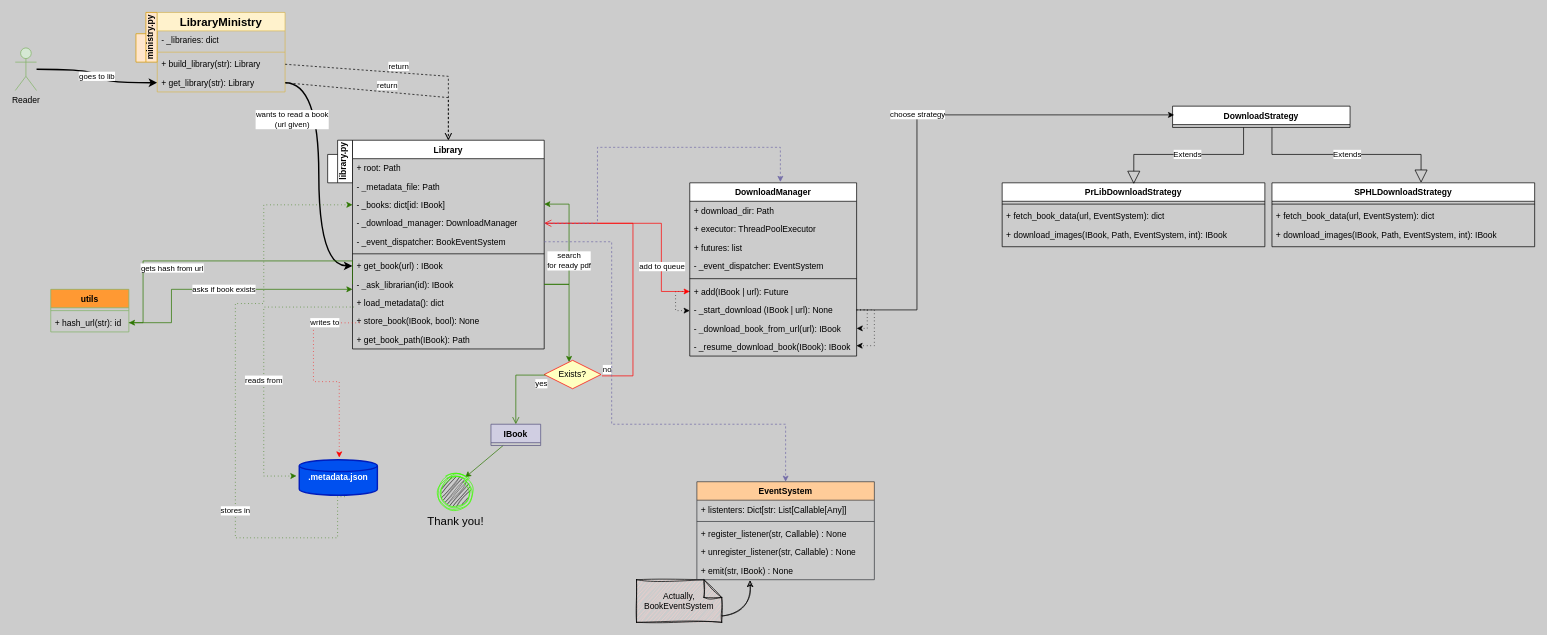
This is booksnap/core/Library.drawio from michaellevin/book-snap, a draw.io file, before an edit. Source tidied: cells renumbered, new cells numbered last; positions are measured from the earlier drawing's top-left corner, leaving out a move shared by most shapes. Both pictures are drawn from the tidied source at 71%, with x=0, y=0 at pixel (15, 12).
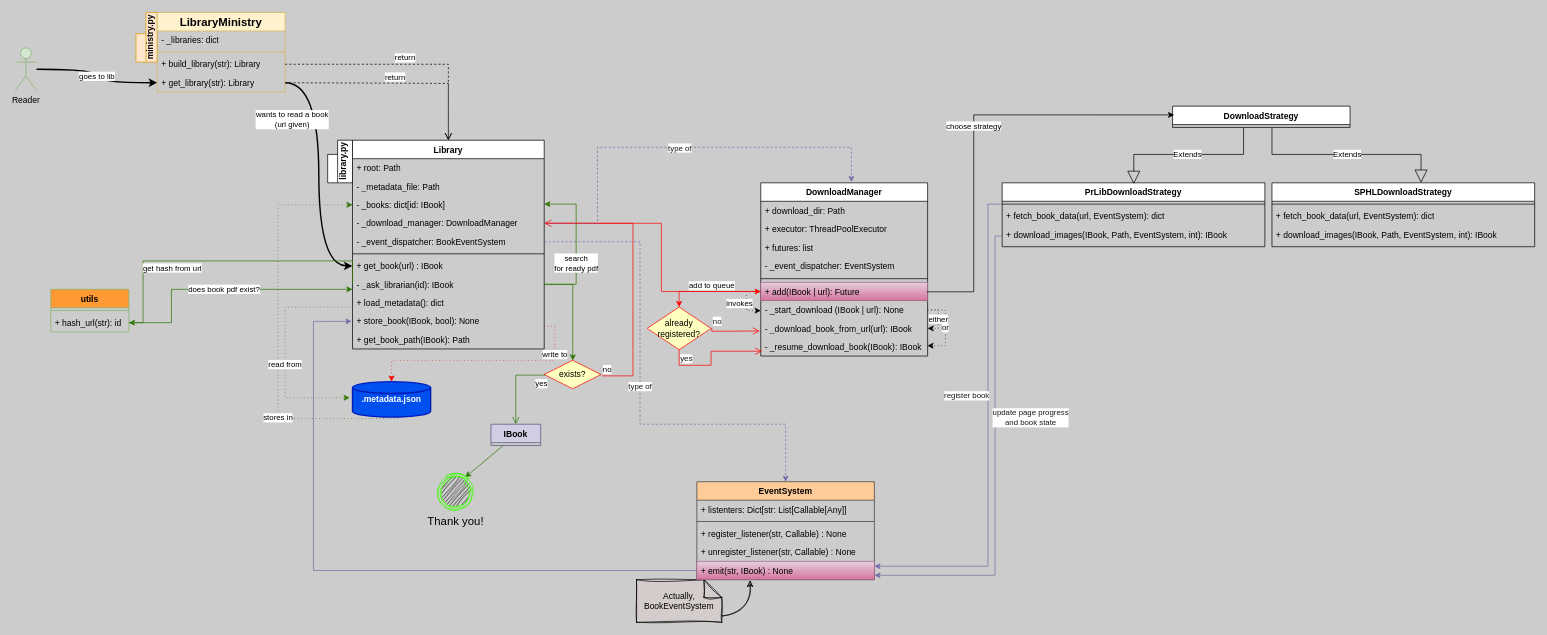
After the change.

The change refers to these unchanged cells:
```xml
<mxCell id="9" value="+ build_library(str): Library" style="text;strokeColor=none;fillColor=none;align=left;verticalAlign=top;spacingLeft=4;spacingRight=4;overflow=hidden;points=[[0,0.5],[1,0.5]];portConstraint=eastwest;whiteSpace=wrap;html=1;" parent="6" vertex="1">
  <mxGeometry y="60" width="180" height="26" as="geometry" />
</mxCell>
<mxCell id="10" value="+ get_library(str): Library" style="text;strokeColor=none;fillColor=none;align=left;verticalAlign=top;spacingLeft=4;spacingRight=4;overflow=hidden;points=[[0,0.5],[1,0.5]];portConstraint=eastwest;whiteSpace=wrap;html=1;" parent="6" vertex="1">
  <mxGeometry y="86" width="180" height="26" as="geometry" />
</mxCell>
<mxCell id="11" value="Library" style="swimlane;fontStyle=1;align=center;verticalAlign=top;horizontal=1;startSize=26;whiteSpace=wrap;html=1;" parent="1" vertex="1">
  <mxGeometry x="475" y="180" width="270" height="294" as="geometry" />
</mxCell>
<mxCell id="14" value="- _books: dict[id: IBook]" style="text;strokeColor=none;fillColor=none;align=left;verticalAlign=top;spacingLeft=4;spacingRight=4;overflow=hidden;points=[[0,0.5],[1,0.5]];portConstraint=eastwest;whiteSpace=wrap;html=1;" parent="11" vertex="1">
  <mxGeometry y="78" width="270" height="26" as="geometry" />
</mxCell>
<mxCell id="15" value="- _download_manager: DownloadManager" style="text;strokeColor=none;fillColor=none;align=left;verticalAlign=top;spacingLeft=4;spacingRight=4;overflow=hidden;points=[[0,0.5],[1,0.5]];portConstraint=eastwest;whiteSpace=wrap;html=1;" parent="11" vertex="1">
  <mxGeometry y="104" width="270" height="26" as="geometry" />
</mxCell>
<mxCell id="16" value="- _event_dispatcher: BookEventSystem" style="text;strokeColor=none;fillColor=none;align=left;verticalAlign=top;spacingLeft=4;spacingRight=4;overflow=hidden;points=[[0,0.5],[1,0.5]];portConstraint=eastwest;whiteSpace=wrap;html=1;" parent="11" vertex="1">
  <mxGeometry y="130" width="270" height="26" as="geometry" />
</mxCell>
<mxCell id="20" value="- _ask_librarian(id): IBook&lt;br&gt;" style="text;strokeColor=none;fillColor=none;align=left;verticalAlign=top;spacingLeft=4;spacingRight=4;overflow=hidden;points=[[0,0.5],[1,0.5]];portConstraint=eastwest;whiteSpace=wrap;html=1;" parent="11" vertex="1">
  <mxGeometry y="190" width="270" height="26" as="geometry" />
</mxCell>
<mxCell id="21" value="+ load_metadata(): dict" style="text;strokeColor=none;fillColor=none;align=left;verticalAlign=top;spacingLeft=4;spacingRight=4;overflow=hidden;points=[[0,0.5],[1,0.5]];portConstraint=eastwest;whiteSpace=wrap;html=1;" parent="11" vertex="1">
  <mxGeometry y="216" width="270" height="26" as="geometry" />
</mxCell>
<mxCell id="22" value="+ store_book(IBook, bool): None" style="text;strokeColor=none;fillColor=none;align=left;verticalAlign=top;spacingLeft=4;spacingRight=4;overflow=hidden;points=[[0,0.5],[1,0.5]];portConstraint=eastwest;whiteSpace=wrap;html=1;" parent="11" vertex="1">
  <mxGeometry y="242" width="270" height="26" as="geometry" />
</mxCell>
<mxCell id="38" value="- _start_download (IBook | url): None" style="text;strokeColor=none;fillColor=none;align=left;verticalAlign=top;spacingLeft=4;spacingRight=4;overflow=hidden;points=[[0,0.5],[1,0.5]];portConstraint=eastwest;whiteSpace=wrap;html=1;" parent="30" vertex="1">
  <mxGeometry y="166" width="235" height="26" as="geometry" />
</mxCell>
<mxCell id="39" value="- _download_book_from_url(url): IBook" style="text;strokeColor=none;fillColor=none;align=left;verticalAlign=top;spacingLeft=4;spacingRight=4;overflow=hidden;points=[[0,0.5],[1,0.5]];portConstraint=eastwest;whiteSpace=wrap;html=1;" parent="30" vertex="1">
  <mxGeometry y="192" width="235" height="26" as="geometry" />
</mxCell>
<mxCell id="40" value="- _resume_download_book(IBook): IBook" style="text;strokeColor=none;fillColor=none;align=left;verticalAlign=top;spacingLeft=4;spacingRight=4;overflow=hidden;points=[[0,0.5],[1,0.5]];portConstraint=eastwest;whiteSpace=wrap;html=1;" parent="30" vertex="1">
  <mxGeometry y="218" width="235" height="26" as="geometry" />
</mxCell>
<mxCell id="43" style="rounded=0;jettySize=auto;html=1;exitX=1;exitY=0.5;exitDx=0;exitDy=0;entryX=0;entryY=0.5;entryDx=0;entryDy=0;jumpStyle=none;edgeStyle=orthogonalEdgeStyle;fillColor=#0050ef;strokeColor=#FF0000;" parent="1" edge="1" source="15" target="37">
  <mxGeometry relative="1" as="geometry">
    <Array as="points">
      <mxPoint x="910" y="297" />
      <mxPoint x="910" y="393" />
    </Array>
  </mxGeometry>
</mxCell>
<mxCell id="47" value="+ hash_url(str): id" style="text;strokeColor=none;fillColor=none;align=left;verticalAlign=top;spacingLeft=4;spacingRight=4;overflow=hidden;points=[[0,0.5],[1,0.5]];portConstraint=eastwest;whiteSpace=wrap;html=1;" parent="45" vertex="1">
  <mxGeometry y="34" width="110" height="26" as="geometry" />
</mxCell>
<mxCell id="61" value="DownloadStrategy" style="swimlane;fontStyle=1;align=center;verticalAlign=top;horizontal=1;startSize=26;whiteSpace=wrap;html=1;" parent="1" vertex="1" collapsed="1">
  <mxGeometry x="1630" y="132" width="250" height="30" as="geometry" />
</mxCell>
<mxCell id="65" value="+ download_images(IBook, Path, EventSystem, int): IBook" style="text;strokeColor=none;fillColor=none;align=left;verticalAlign=top;spacingLeft=4;spacingRight=4;overflow=hidden;points=[[0,0.5],[1,0.5]];portConstraint=eastwest;whiteSpace=wrap;html=1;" parent="62" vertex="1">
  <mxGeometry y="60" width="370" height="30" as="geometry" />
</mxCell>
<mxCell id="73" value="EventSystem" style="swimlane;fontStyle=1;align=center;verticalAlign=top;horizontal=1;startSize=26;whiteSpace=wrap;html=1;fillColor=#ffcc99;strokeColor=#36393d;" parent="1" vertex="1">
  <mxGeometry x="960" y="661" width="250" height="138" as="geometry" />
</mxCell>
```

Change to the diagram source:
```diff
@@
     <mxCell id="19" value="search&lt;br&gt;for ready pdf" style="edgeStyle=orthogonalEdgeStyle;rounded=0;jettySize=auto;html=1;fillColor=#60a917;strokeColor=#2D7600;" parent="11" edge="1" source="20" target="14">
       <mxGeometry x="-0.26" relative="1" as="geometry">
         <Array as="points">
-          <mxPoint x="305" y="203" />
-          <mxPoint x="305" y="90" />
+          <mxPoint x="315" y="203" />
+          <mxPoint x="315" y="90" />
         </Array>
       </mxGeometry>
     </mxCell>
@@
     <mxCell id="25" value="return" style="html=1;verticalAlign=bottom;endArrow=open;dashed=1;endSize=8;curved=0;rounded=0;entryX=0.5;entryY=0;entryDx=0;entryDy=0;exitX=1;exitY=0.5;exitDx=0;exitDy=0;" parent="1" edge="1" source="9" target="11">
       <mxGeometry relative="1" as="geometry">
         <Array as="points">
-          <mxPoint x="610" y="90" />
+          <mxPoint x="610" y="73" />
         </Array>
       </mxGeometry>
     </mxCell>
     <mxCell id="26" value="return" style="html=1;verticalAlign=bottom;endArrow=open;dashed=1;endSize=8;curved=0;rounded=0;exitX=1;exitY=0.5;exitDx=0;exitDy=0;" parent="1" edge="1" source="10" target="11">
       <mxGeometry relative="1" as="geometry">
         <Array as="points">
-          <mxPoint x="610" y="120" />
+          <mxPoint x="610" y="100" />
         </Array>
       </mxGeometry>
     </mxCell>
@@
     <mxCell id="30" value="DownloadManager" style="swimlane;fontStyle=1;align=center;verticalAlign=top;horizontal=1;startSize=26;whiteSpace=wrap;html=1;" parent="1" vertex="1">
-      <mxGeometry x="950" y="240" width="235" height="244" as="geometry" />
+      <mxGeometry x="1050" y="240" width="235" height="244" as="geometry" />
     </mxCell>
@@
-    <mxCell id="36" style="edgeStyle=orthogonalEdgeStyle;rounded=0;jettySize=auto;html=1;dashed=1;dashPattern=1 4;" parent="30" edge="1" source="37">
-      <mxGeometry relative="1" as="geometry">
+    <mxCell id="36" value="invokes" style="edgeStyle=orthogonalEdgeStyle;rounded=0;jettySize=auto;html=1;dashed=1;dashPattern=1 4;" parent="30" edge="1" source="37">
+      <mxGeometry x="0.1" y="-10" relative="1" as="geometry">
         <mxPoint y="180" as="targetPoint" />
         <Array as="points">
           <mxPoint x="-20" y="153" />
           <mxPoint x="-20" y="180" />
         </Array>
       </mxGeometry>
     </mxCell>
-    <mxCell id="37" value="+ add(IBook | url): Future" style="text;strokeColor=none;fillColor=none;align=left;verticalAlign=top;spacingLeft=4;spacingRight=4;overflow=hidden;points=[[0,0.5],[1,0.5]];portConstraint=eastwest;whiteSpace=wrap;html=1;" parent="30" vertex="1">
+    <mxCell id="37" value="+ add(IBook | url): Future" style="text;strokeColor=#996185;fillColor=#e6d0de;align=left;verticalAlign=top;spacingLeft=4;spacingRight=4;overflow=hidden;points=[[0,0.5],[1,0.5]];portConstraint=eastwest;whiteSpace=wrap;html=1;gradientColor=#d5739d;" parent="30" vertex="1">
       <mxGeometry y="140" width="235" height="26" as="geometry" />
     </mxCell>
@@
-    <mxCell id="41" style="edgeStyle=orthogonalEdgeStyle;rounded=0;jettySize=auto;html=1;dashed=1;dashPattern=1 4;entryX=0.999;entryY=0.439;entryDx=0;entryDy=0;entryPerimeter=0;" parent="30" edge="1" source="38" target="40">
+    <mxCell id="41" value="or" style="edgeStyle=orthogonalEdgeStyle;rounded=0;jettySize=auto;html=1;dashed=1;dashPattern=1 4;entryX=0.999;entryY=0.439;entryDx=0;entryDy=0;entryPerimeter=0;" parent="30" edge="1" source="38" target="40">
       <mxGeometry relative="1" as="geometry">
         <Array as="points">
           <mxPoint x="260" y="179" />
           <mxPoint x="260" y="229" />
         </Array>
       </mxGeometry>
     </mxCell>
-    <mxCell id="42" style="edgeStyle=orthogonalEdgeStyle;rounded=0;jettySize=auto;html=1;dashed=1;dashPattern=1 4;entryX=1;entryY=0.5;entryDx=0;entryDy=0;" parent="30" edge="1" source="38" target="39">
+    <mxCell id="42" value="either" style="edgeStyle=orthogonalEdgeStyle;rounded=0;jettySize=auto;html=1;dashed=1;dashPattern=1 4;entryX=1;entryY=0.5;entryDx=0;entryDy=0;" parent="30" edge="1" source="38" target="39">
       <mxGeometry relative="1" as="geometry">
         <Array as="points">
           <mxPoint x="250" y="179" />
           <mxPoint x="250" y="205" />
         </Array>
       </mxGeometry>
     </mxCell>
@@
     <mxCell id="44" value="add to queue" style="edgeLabel;html=1;align=center;verticalAlign=middle;" parent="43" vertex="1">
       <mxGeometry x="0.08" y="-1" relative="1" as="geometry">
-        <mxPoint x="2" y="59" as="offset" />
+        <mxPoint x="71" y="35" as="offset" />
       </mxGeometry>
     </mxCell>
@@
-    <mxCell id="48" value="gets hash from url" style="edgeStyle=orthogonalEdgeStyle;rounded=0;jettySize=auto;html=1;exitX=0;exitY=0.5;exitDx=0;exitDy=0;entryX=1;entryY=0.5;entryDx=0;entryDy=0;fillColor=#60a917;strokeColor=#2D7600;" parent="1" edge="1" source="20" target="47">
+    <mxCell id="48" value="get hash from url" style="edgeStyle=orthogonalEdgeStyle;rounded=0;jettySize=auto;html=1;exitX=0;exitY=0.5;exitDx=0;exitDy=0;entryX=1;entryY=0.5;entryDx=0;entryDy=0;fillColor=#60a917;strokeColor=#2D7600;" parent="1" edge="1" source="20" target="47">
       <mxGeometry x="0.32" y="10" relative="1" as="geometry">
         <Array as="points">
           <mxPoint x="475" y="350" />
           <mxPoint x="180" y="350" />
           <mxPoint x="180" y="437" />
         </Array>
       </mxGeometry>
     </mxCell>
     <mxCell id="49" value="stores in" style="edgeStyle=orthogonalEdgeStyle;rounded=0;jettySize=auto;html=1;fillColor=#60a917;strokeColor=#2D7600;dashed=1;dashPattern=1 4;exitX=0.584;exitY=1.041;exitDx=0;exitDy=0;exitPerimeter=0;" parent="1" edge="1" source="50" target="14">
       <mxGeometry x="-0.41" relative="1" as="geometry">
         <Array as="points">
-          <mxPoint x="454" y="740" />
-          <mxPoint x="310" y="740" />
-          <mxPoint x="310" y="410" />
-          <mxPoint x="350" y="410" />
-          <mxPoint x="350" y="271" />
+          <mxPoint x="370" y="572" />
+          <mxPoint x="370" y="271" />
         </Array>
       </mxGeometry>
     </mxCell>
     <mxCell id="50" value=".metadata.json" style="strokeWidth=2;html=1;shape=mxgraph.flowchart.database;whiteSpace=wrap;fillColor=#0050ef;strokeColor=#001DBC;labelPosition=center;verticalLabelPosition=middle;align=center;verticalAlign=middle;fontColor=#ffffff;fontStyle=1;" parent="1" vertex="1">
-      <mxGeometry x="400" y="630" width="110" height="50" as="geometry" />
+      <mxGeometry x="475" y="520" width="110" height="50" as="geometry" />
     </mxCell>
-    <mxCell id="51" value="writes to" style="edgeStyle=orthogonalEdgeStyle;rounded=0;jettySize=auto;html=1;exitX=0;exitY=0.5;exitDx=0;exitDy=0;fillColor=#60a917;strokeColor=#FF0000;dashed=1;dashPattern=1 4;entryX=0.512;entryY=-0.062;entryDx=0;entryDy=0;entryPerimeter=0;" parent="1" edge="1" target="50">
+    <mxCell id="51" value="write to" style="edgeStyle=orthogonalEdgeStyle;rounded=0;jettySize=auto;html=1;fillColor=#60a917;strokeColor=#FF0000;dashed=1;dashPattern=1 4;" parent="1" edge="1" source="22">
       <mxGeometry x="-0.66" relative="1" as="geometry">
-        <mxPoint x="485" y="437.2" as="sourcePoint" />
+        <mxPoint x="530" y="520" as="targetPoint" />
         <Array as="points">
-          <mxPoint x="420" y="437" />
-          <mxPoint x="420" y="520" />
-          <mxPoint x="456" y="520" />
+          <mxPoint x="760" y="442" />
+          <mxPoint x="760" y="490" />
+          <mxPoint x="530" y="490" />
         </Array>
       </mxGeometry>
     </mxCell>
-    <mxCell id="52" value="reads from" style="edgeStyle=orthogonalEdgeStyle;rounded=0;jettySize=auto;html=1;exitX=0.008;exitY=0.729;exitDx=0;exitDy=0;exitPerimeter=0;fillColor=#60a917;strokeColor=#2D7600;dashed=1;dashPattern=1 4;entryX=-0.036;entryY=0.455;entryDx=0;entryDy=0;entryPerimeter=0;" parent="1" edge="1" source="21" target="50">
+    <mxCell id="52" value="read from" style="edgeStyle=orthogonalEdgeStyle;rounded=0;jettySize=auto;html=1;fillColor=#60a917;strokeColor=#2D7600;dashed=1;dashPattern=1 4;entryX=-0.036;entryY=0.455;entryDx=0;entryDy=0;entryPerimeter=0;" parent="1" edge="1" source="21" target="50">
       <mxGeometry x="0.12" relative="1" as="geometry">
         <Array as="points">
-          <mxPoint x="350" y="415" />
-          <mxPoint x="350" y="653" />
-          <mxPoint x="386" y="653" />
+          <mxPoint x="380" y="415" />
+          <mxPoint x="380" y="543" />
         </Array>
       </mxGeometry>
     </mxCell>
-    <mxCell id="53" value="asks if book exists" style="edgeStyle=orthogonalEdgeStyle;rounded=0;jettySize=auto;html=1;exitX=1;exitY=0.5;exitDx=0;exitDy=0;fillColor=#60a917;strokeColor=#2D7600;" parent="1" edge="1" source="47" target="20">
+    <mxCell id="53" value="does book pdf exist?" style="edgeStyle=orthogonalEdgeStyle;rounded=0;jettySize=auto;html=1;exitX=1;exitY=0.5;exitDx=0;exitDy=0;fillColor=#60a917;strokeColor=#2D7600;" parent="1" edge="1" source="47" target="20">
       <mxGeometry relative="1" as="geometry">
         <Array as="points">
           <mxPoint x="220" y="437" />
           <mxPoint x="220" y="390" />
         </Array>
       </mxGeometry>
     </mxCell>
-    <mxCell id="54" style="edgeStyle=orthogonalEdgeStyle;rounded=0;jettySize=auto;html=1;fillColor=#60a917;strokeColor=#2D7600;" parent="1" edge="1" source="20" target="58">
+    <mxCell id="54" style="edgeStyle=orthogonalEdgeStyle;rounded=0;jettySize=auto;html=1;fillColor=#60a917;strokeColor=#2D7600;entryX=0.503;entryY=0.008;entryDx=0;entryDy=0;entryPerimeter=0;" parent="1" edge="1" source="20" target="58">
       <mxGeometry relative="1" as="geometry">
         <Array as="points">
-          <mxPoint x="780" y="383" />
+          <mxPoint x="785" y="383" />
         </Array>
       </mxGeometry>
     </mxCell>
@@
-    <mxCell id="58" value="Exists?" style="rhombus;whiteSpace=wrap;html=1;fontColor=#000000;fillColor=#ffffc0;strokeColor=#ff0000;" parent="1" vertex="1">
+    <mxCell id="58" value="exists?" style="rhombus;whiteSpace=wrap;html=1;fontColor=#000000;fillColor=#ffffc0;strokeColor=#ff0000;" parent="1" vertex="1">
       <mxGeometry x="745" y="490" width="80" height="40" as="geometry" />
     </mxCell>
@@
-    <mxCell id="71" value="choose strategy" style="edgeStyle=orthogonalEdgeStyle;rounded=0;jettySize=auto;html=1;entryX=0.009;entryY=0.411;entryDx=0;entryDy=0;entryPerimeter=0;" parent="1" edge="1" source="38" target="61">
+    <mxCell id="71" value="choose strategy" style="edgeStyle=orthogonalEdgeStyle;rounded=0;jettySize=auto;html=1;entryX=0.009;entryY=0.411;entryDx=0;entryDy=0;entryPerimeter=0;exitX=0.996;exitY=0.519;exitDx=0;exitDy=0;exitPerimeter=0;" parent="1" edge="1" source="37" target="61">
       <mxGeometry relative="1" as="geometry">
         <Array as="points">
-          <mxPoint x="1270" y="419" />
-          <mxPoint x="1270" y="144" />
+          <mxPoint x="1350" y="393" />
+          <mxPoint x="1350" y="144" />
         </Array>
       </mxGeometry>
     </mxCell>
@@
-    <mxCell id="78" value="+ emit(str, IBook) : None" style="text;strokeColor=none;fillColor=none;align=left;verticalAlign=top;spacingLeft=4;spacingRight=4;overflow=hidden;points=[[0,0.5],[1,0.5]];portConstraint=eastwest;whiteSpace=wrap;html=1;" parent="73" vertex="1">
+    <mxCell id="78" value="+ emit(str, IBook) : None" style="text;strokeColor=#996185;fillColor=#e6d0de;align=left;verticalAlign=top;spacingLeft=4;spacingRight=4;overflow=hidden;points=[[0,0.5],[1,0.5]];portConstraint=eastwest;whiteSpace=wrap;html=1;gradientColor=#d5739d;" parent="73" vertex="1">
       <mxGeometry y="112" width="250" height="26" as="geometry" />
     </mxCell>
-    <mxCell id="79" style="edgeStyle=orthogonalEdgeStyle;rounded=0;jettySize=auto;html=1;strokeColor=#736CA8;fontColor=#1A1A1A;dashed=1;" parent="1" edge="1" source="16" target="73">
+    <mxCell id="79" value="type of" style="edgeStyle=orthogonalEdgeStyle;rounded=0;jettySize=auto;html=1;strokeColor=#736CA8;fontColor=#1A1A1A;dashed=1;" parent="1" edge="1" source="16" target="73">
       <mxGeometry relative="1" as="geometry">
         <Array as="points">
-          <mxPoint x="840" y="323" />
-          <mxPoint x="840" y="580" />
+          <mxPoint x="880" y="323" />
+          <mxPoint x="880" y="580" />
+          <mxPoint x="1085" y="580" />
         </Array>
       </mxGeometry>
     </mxCell>
     <mxCell id="80" style="edgeStyle=orthogonalEdgeStyle;rounded=0;jettySize=auto;html=1;entryX=0.543;entryY=-0.005;entryDx=0;entryDy=0;entryPerimeter=0;strokeColor=#736CA8;fontColor=#1A1A1A;dashed=1;" parent="1" edge="1" source="15" target="30">
       <mxGeometry relative="1" as="geometry">
         <Array as="points">
           <mxPoint x="820" y="297" />
           <mxPoint x="820" y="190" />
-          <mxPoint x="1078" y="190" />
+          <mxPoint x="1178" y="190" />
         </Array>
       </mxGeometry>
     </mxCell>
+    <mxCell id="81" value="type of" style="edgeLabel;html=1;align=center;verticalAlign=middle;fontColor=#1A1A1A;" parent="80" vertex="1">
+      <mxGeometry x="0.01" relative="1" as="geometry" />
+    </mxCell>
+    <mxCell id="82" value="already registered?" style="rhombus;whiteSpace=wrap;html=1;fontColor=#000000;fillColor=#ffffc0;strokeColor=#ff0000;" parent="1" vertex="1">
+      <mxGeometry x="890" y="415" width="90" height="60" as="geometry" />
+    </mxCell>
+    <mxCell id="83" value="no" style="edgeStyle=orthogonalEdgeStyle;html=1;align=left;verticalAlign=bottom;endArrow=open;endSize=8;strokeColor=#ff0000;rounded=0;fontColor=#1A1A1A;entryX=-0.005;entryY=0.641;entryDx=0;entryDy=0;entryPerimeter=0;exitX=1.011;exitY=0.491;exitDx=0;exitDy=0;exitPerimeter=0;" parent="1" edge="1" source="82" target="39">
+      <mxGeometry x="-1" relative="1" as="geometry">
+        <Array as="points">
+          <mxPoint x="981" y="449" />
+          <mxPoint x="1000" y="449" />
+        </Array>
+      </mxGeometry>
+    </mxCell>
+    <mxCell id="84" value="yes" style="edgeStyle=orthogonalEdgeStyle;html=1;align=left;verticalAlign=top;endArrow=open;endSize=8;strokeColor=#ff0000;rounded=0;fontColor=#1A1A1A;entryX=0.008;entryY=0.737;entryDx=0;entryDy=0;entryPerimeter=0;" parent="1" edge="1" source="82" target="40">
+      <mxGeometry x="-1" relative="1" as="geometry">
+        <Array as="points">
+          <mxPoint x="935" y="497" />
+          <mxPoint x="980" y="497" />
+          <mxPoint x="980" y="477" />
+        </Array>
+      </mxGeometry>
+    </mxCell>
+    <mxCell id="85" style="edgeStyle=orthogonalEdgeStyle;rounded=0;jettySize=auto;html=1;strokeColor=#FF0000;fontColor=#1A1A1A;" parent="1" edge="1" source="37" target="82">
+      <mxGeometry relative="1" as="geometry" />
+    </mxCell>
+    <mxCell id="86" value="register book" style="edgeStyle=orthogonalEdgeStyle;rounded=0;orthogonalLoop=1;jettySize=auto;html=1;strokeColor=#736CA8;fontColor=#1A1A1A;" parent="1" edge="1">
+      <mxGeometry x="-0.16" y="-30" relative="1" as="geometry">
+        <mxPoint x="1389" y="270" as="sourcePoint" />
+        <mxPoint x="1210" y="780" as="targetPoint" />
+        <Array as="points">
+          <mxPoint x="1370" y="270" />
+          <mxPoint x="1370" y="780" />
+        </Array>
+      </mxGeometry>
+    </mxCell>
+    <mxCell id="87" style="edgeStyle=orthogonalEdgeStyle;rounded=0;jettySize=auto;html=1;strokeColor=#736CA8;fontColor=#1A1A1A;entryX=-0.004;entryY=0.506;entryDx=0;entryDy=0;entryPerimeter=0;" parent="1" edge="1" source="78" target="22">
+      <mxGeometry relative="1" as="geometry">
+        <Array as="points">
+          <mxPoint x="420" y="786" />
+          <mxPoint x="420" y="435" />
+        </Array>
+      </mxGeometry>
+    </mxCell>
+    <mxCell id="88" value="update page progress&lt;br&gt;and book state" style="edgeStyle=orthogonalEdgeStyle;rounded=0;jettySize=auto;html=1;strokeColor=#736CA8;fontColor=#1A1A1A;entryX=1;entryY=0.758;entryDx=0;entryDy=0;entryPerimeter=0;" parent="1" edge="1" source="65" target="78">
+      <mxGeometry x="-0.19" y="50" relative="1" as="geometry">
+        <Array as="points">
+          <mxPoint x="1380" y="315" />
+          <mxPoint x="1380" y="793" />
+        </Array>
+      </mxGeometry>
+    </mxCell>
```
